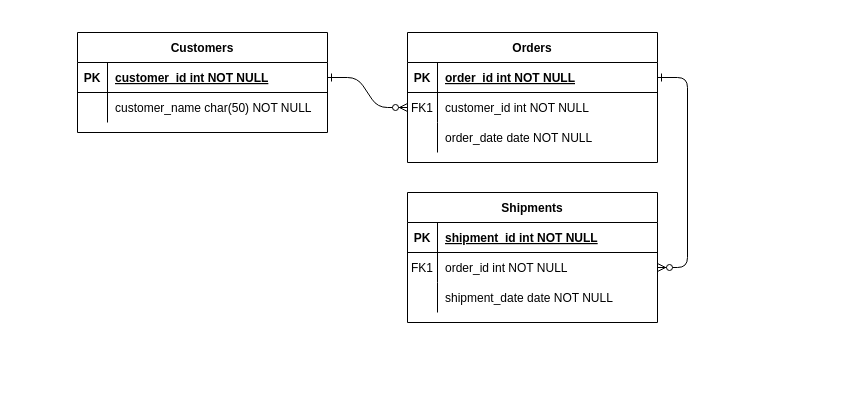
The draw.io diagram ERD Absence.drawio in Fade28/ERD, before the edit. Source tidied: cells renumbered, new cells numbered last; positions are measured from the earlier drawing's top-left corner, leaving out a move shared by most shapes. Both pictures are drawn from the tidied source at 100%, with x=0, y=0 at pixel (77, 32).
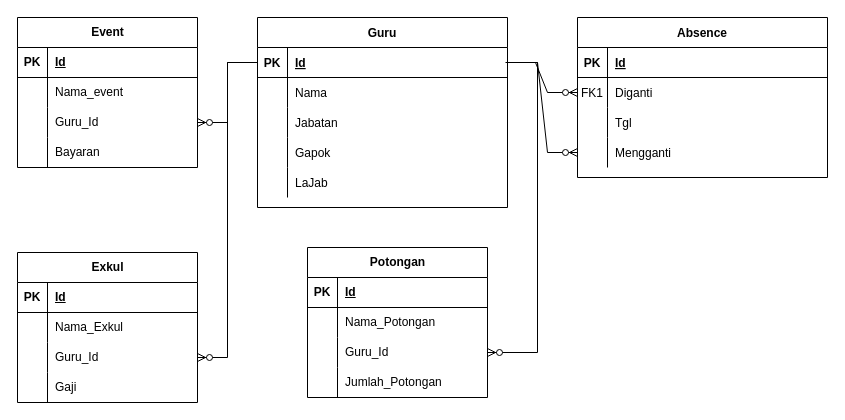
Above is the later version.

The change refers to these unchanged cells:
```xml
<mxCell id="5" style="shape=partialRectangle;fillColor=none;points=[[0,0.5],[1,0.5]];portConstraint=eastwest;top=0;left=0;right=0;bottom=1;" parent="4" vertex="1">
  <mxGeometry y="30" width="250" height="30" as="geometry" />
</mxCell>
<mxCell id="8" style="shape=partialRectangle;fillColor=none;points=[[0,0.5],[1,0.5]];portConstraint=eastwest;top=0;left=0;right=0;bottom=0;" parent="4" vertex="1">
  <mxGeometry y="60" width="250" height="30" as="geometry" />
</mxCell>
<mxCell id="11" style="shape=partialRectangle;fillColor=none;top=0;left=0;right=0;bottom=0;" parent="4" vertex="1">
  <mxGeometry y="90" width="250" height="30" as="geometry" />
</mxCell>
<mxCell id="25" style="shape=partialRectangle;fillColor=none;points=[[0,0.5],[1,0.5]];portConstraint=eastwest;top=0;left=0;right=0;bottom=1;" parent="24" vertex="1">
  <mxGeometry y="30" width="250" height="30" as="geometry" />
</mxCell>
<mxCell id="28" style="shape=partialRectangle;fillColor=none;top=0;left=0;right=0;bottom=0;" parent="24" vertex="1">
  <mxGeometry y="60" width="250" height="30" as="geometry" />
</mxCell>
```

Diff of the diagram source:
```diff
@@
-    <mxCell id="2" style="edgeStyle=entityRelationEdgeStyle;endArrow=ERzeroToMany;startArrow=ERone;endFill=1;startFill=0;" parent="1" edge="1" source="25" target="8">
-      <mxGeometry relative="1" as="geometry" />
-    </mxCell>
-    <mxCell id="3" style="edgeStyle=entityRelationEdgeStyle;endArrow=ERzeroToMany;startArrow=ERone;endFill=1;startFill=0;" parent="1" edge="1" source="5" target="18">
-      <mxGeometry relative="1" as="geometry" />
-    </mxCell>
-    <mxCell id="4" value="Orders" style="shape=table;startSize=30;childLayout=tableLayout;rowLines=0;fontStyle=1;align=center;" parent="1" vertex="1">
-      <mxGeometry x="330" width="250" height="130" as="geometry" />
+    <mxCell id="4" value="Absence" style="shape=table;startSize=30;childLayout=tableLayout;rowLines=0;fontStyle=1;align=center;" parent="1" vertex="1">
+      <mxGeometry x="500" y="-15" width="250" height="160" as="geometry" />
     </mxCell>
@@
-    <mxCell id="7" value="order_id int NOT NULL " style="shape=partialRectangle;overflow=hidden;fillColor=none;top=0;left=0;bottom=0;right=0;align=left;spacingLeft=6;fontStyle=5;" parent="5" vertex="1">
+    <mxCell id="7" value="Id" style="shape=partialRectangle;overflow=hidden;fillColor=none;top=0;left=0;bottom=0;right=0;align=left;spacingLeft=6;fontStyle=5;" parent="5" vertex="1">
       <mxGeometry x="30" width="220" height="30" as="geometry" />
     </mxCell>
@@
-    <mxCell id="10" value="customer_id int NOT NULL" style="shape=partialRectangle;overflow=hidden;fillColor=none;top=0;left=0;bottom=0;right=0;align=left;spacingLeft=6;" parent="8" vertex="1">
+    <mxCell id="10" value="Diganti" style="shape=partialRectangle;overflow=hidden;fillColor=none;top=0;left=0;bottom=0;right=0;align=left;spacingLeft=6;" parent="8" vertex="1">
       <mxGeometry x="30" width="220" height="30" as="geometry" />
     </mxCell>
@@
-    <mxCell id="13" value="order_date date NOT NULL" style="shape=partialRectangle;overflow=hidden;fillColor=none;top=0;left=0;bottom=0;right=0;align=left;spacingLeft=6;" parent="11" vertex="1">
+    <mxCell id="13" value="Tgl" style="shape=partialRectangle;overflow=hidden;fillColor=none;top=0;left=0;bottom=0;right=0;align=left;spacingLeft=6;" parent="11" vertex="1">
       <mxGeometry x="30" width="220" height="30" as="geometry" />
     </mxCell>
-    <mxCell id="14" value="Shipments" style="shape=table;startSize=30;childLayout=tableLayout;rowLines=0;fontStyle=1;align=center;" parent="1" vertex="1">
-      <mxGeometry x="330" y="160" width="250" height="130" as="geometry" />
-    </mxCell>
-    <mxCell id="15" style="shape=partialRectangle;fillColor=none;top=0;left=0;right=0;bottom=1;" parent="14" vertex="1">
-      <mxGeometry y="30" width="250" height="30" as="geometry" />
-    </mxCell>
-    <mxCell id="16" value="PK" style="shape=partialRectangle;overflow=hidden;fillColor=none;top=0;left=0;bottom=0;right=0;fontStyle=1;" parent="15" vertex="1">
-      <mxGeometry width="30" height="30" as="geometry" />
-    </mxCell>
-    <mxCell id="17" value="shipment_id int NOT NULL " style="shape=partialRectangle;overflow=hidden;fillColor=none;top=0;left=0;bottom=0;right=0;align=left;spacingLeft=6;fontStyle=5;" parent="15" vertex="1">
-      <mxGeometry x="30" width="220" height="30" as="geometry" />
-    </mxCell>
-    <mxCell id="18" style="shape=partialRectangle;fillColor=none;points=[[0,0.5],[1,0.5]];portConstraint=eastwest;top=0;left=0;right=0;bottom=0;" parent="14" vertex="1">
-      <mxGeometry y="60" width="250" height="30" as="geometry" />
-    </mxCell>
-    <mxCell id="19" value="FK1" style="shape=partialRectangle;overflow=hidden;fillColor=none;top=0;left=0;bottom=0;right=0;" parent="18" vertex="1">
-      <mxGeometry width="30" height="30" as="geometry" />
-    </mxCell>
-    <mxCell id="20" value="order_id int NOT NULL" style="shape=partialRectangle;overflow=hidden;fillColor=none;top=0;left=0;bottom=0;right=0;align=left;spacingLeft=6;" parent="18" vertex="1">
-      <mxGeometry x="30" width="220" height="30" as="geometry" />
-    </mxCell>
-    <mxCell id="21" style="shape=partialRectangle;fillColor=none;top=0;left=0;right=0;bottom=0;" parent="14" vertex="1">
-      <mxGeometry y="90" width="250" height="30" as="geometry" />
-    </mxCell>
-    <mxCell id="22" style="shape=partialRectangle;overflow=hidden;fillColor=none;top=0;left=0;bottom=0;right=0;" parent="21" vertex="1">
-      <mxGeometry width="30" height="30" as="geometry" />
-    </mxCell>
-    <mxCell id="23" value="shipment_date date NOT NULL" style="shape=partialRectangle;overflow=hidden;fillColor=none;top=0;left=0;bottom=0;right=0;align=left;spacingLeft=6;" parent="21" vertex="1">
-      <mxGeometry x="30" width="220" height="30" as="geometry" />
-    </mxCell>
+    <mxCell id="31" style="shape=tableRow;horizontal=0;startSize=0;swimlaneHead=0;swimlaneBody=0;fillColor=none;points=[[0,0.5],[1,0.5]];portConstraint=eastwest;top=0;left=0;right=0;bottom=0;" parent="4" vertex="1">
+      <mxGeometry y="120" width="250" height="30" as="geometry" />
+    </mxCell>
+    <mxCell id="32" style="shape=partialRectangle;fillColor=none;top=0;left=0;bottom=0;right=0;overflow=hidden;" parent="31" vertex="1">
+      <mxGeometry width="30" height="30" as="geometry" />
+    </mxCell>
+    <mxCell id="33" value="Mengganti" style="shape=partialRectangle;fillColor=none;top=0;left=0;bottom=0;right=0;align=left;spacingLeft=6;overflow=hidden;" parent="31" vertex="1">
+      <mxGeometry x="30" width="220" height="30" as="geometry" />
+    </mxCell>
-    <mxCell id="24" value="Customers" style="shape=table;startSize=30;childLayout=tableLayout;rowLines=0;fontStyle=1;align=center;" parent="1" vertex="1">
-      <mxGeometry width="250" height="100" as="geometry" />
+    <mxCell id="24" value="Guru" style="shape=table;startSize=30;childLayout=tableLayout;rowLines=0;fontStyle=1;align=center;" parent="1" vertex="1">
+      <mxGeometry x="180" y="-15" width="250" height="190" as="geometry" />
     </mxCell>
@@
-    <mxCell id="27" value="customer_id int NOT NULL " style="shape=partialRectangle;overflow=hidden;fillColor=none;top=0;left=0;bottom=0;right=0;align=left;spacingLeft=6;fontStyle=5;" parent="25" vertex="1">
+    <mxCell id="27" value="Id" style="shape=partialRectangle;overflow=hidden;fillColor=none;top=0;left=0;bottom=0;right=0;align=left;spacingLeft=6;fontStyle=5;" parent="25" vertex="1">
       <mxGeometry x="30" width="220" height="30" as="geometry" />
     </mxCell>
@@
-    <mxCell id="30" value="customer_name char(50) NOT NULL" style="shape=partialRectangle;overflow=hidden;fillColor=none;top=0;left=0;bottom=0;right=0;align=left;spacingLeft=6;" parent="28" vertex="1">
+    <mxCell id="30" value="Nama" style="shape=partialRectangle;overflow=hidden;fillColor=none;top=0;left=0;bottom=0;right=0;align=left;spacingLeft=6;" parent="28" vertex="1">
       <mxGeometry x="30" width="220" height="30" as="geometry" />
     </mxCell>
+    <mxCell id="34" style="shape=tableRow;horizontal=0;startSize=0;swimlaneHead=0;swimlaneBody=0;fillColor=none;top=0;left=0;right=0;bottom=0;" parent="24" vertex="1">
+      <mxGeometry y="90" width="250" height="30" as="geometry" />
+    </mxCell>
+    <mxCell id="35" style="shape=partialRectangle;fillColor=none;top=0;left=0;bottom=0;right=0;overflow=hidden;" parent="34" vertex="1">
+      <mxGeometry width="30" height="30" as="geometry" />
+    </mxCell>
+    <mxCell id="36" value="Jabatan" style="shape=partialRectangle;fillColor=none;top=0;left=0;bottom=0;right=0;align=left;spacingLeft=6;overflow=hidden;" parent="34" vertex="1">
+      <mxGeometry x="30" width="220" height="30" as="geometry" />
+    </mxCell>
+    <mxCell id="37" style="shape=tableRow;horizontal=0;startSize=0;swimlaneHead=0;swimlaneBody=0;fillColor=none;top=0;left=0;right=0;bottom=0;" parent="24" vertex="1">
+      <mxGeometry y="120" width="250" height="30" as="geometry" />
+    </mxCell>
+    <mxCell id="38" style="shape=partialRectangle;fillColor=none;top=0;left=0;bottom=0;right=0;overflow=hidden;" parent="37" vertex="1">
+      <mxGeometry width="30" height="30" as="geometry" />
+    </mxCell>
+    <mxCell id="39" value="Gapok" style="shape=partialRectangle;fillColor=none;top=0;left=0;bottom=0;right=0;align=left;spacingLeft=6;overflow=hidden;" parent="37" vertex="1">
+      <mxGeometry x="30" width="220" height="30" as="geometry" />
+    </mxCell>
+    <mxCell id="40" style="shape=tableRow;horizontal=0;startSize=0;swimlaneHead=0;swimlaneBody=0;fillColor=none;top=0;left=0;right=0;bottom=0;" parent="24" vertex="1">
+      <mxGeometry y="150" width="250" height="30" as="geometry" />
+    </mxCell>
+    <mxCell id="41" style="shape=partialRectangle;fillColor=none;top=0;left=0;bottom=0;right=0;overflow=hidden;" parent="40" vertex="1">
+      <mxGeometry width="30" height="30" as="geometry" />
+    </mxCell>
+    <mxCell id="42" value="LaJab" style="shape=partialRectangle;fillColor=none;top=0;left=0;bottom=0;right=0;align=left;spacingLeft=6;overflow=hidden;" parent="40" vertex="1">
+      <mxGeometry x="30" width="220" height="30" as="geometry" />
+    </mxCell>
+    <mxCell id="43" value="Event" style="shape=table;startSize=30;childLayout=tableLayout;rowLines=0;fontStyle=1;align=center;html=1;" parent="1" vertex="1">
+      <mxGeometry x="-60" y="-15" width="180" height="150" as="geometry" />
+    </mxCell>
+    <mxCell id="44" style="shape=tableRow;horizontal=0;startSize=0;swimlaneHead=0;swimlaneBody=0;fillColor=none;top=0;left=0;right=0;bottom=1;" parent="43" vertex="1">
+      <mxGeometry y="30" width="180" height="30" as="geometry" />
+    </mxCell>
+    <mxCell id="45" value="PK" style="shape=partialRectangle;fillColor=none;top=0;left=0;bottom=0;right=0;fontStyle=1;overflow=hidden;whiteSpace=wrap;html=1;" parent="44" vertex="1">
+      <mxGeometry width="30" height="30" as="geometry" />
+    </mxCell>
+    <mxCell id="46" value="Id" style="shape=partialRectangle;fillColor=none;top=0;left=0;bottom=0;right=0;align=left;spacingLeft=6;fontStyle=5;overflow=hidden;whiteSpace=wrap;html=1;" parent="44" vertex="1">
+      <mxGeometry x="30" width="150" height="30" as="geometry" />
+    </mxCell>
+    <mxCell id="47" style="shape=tableRow;horizontal=0;startSize=0;swimlaneHead=0;swimlaneBody=0;fillColor=none;top=0;left=0;right=0;bottom=0;" parent="43" vertex="1">
+      <mxGeometry y="60" width="180" height="30" as="geometry" />
+    </mxCell>
+    <mxCell id="48" style="shape=partialRectangle;fillColor=none;top=0;left=0;bottom=0;right=0;overflow=hidden;whiteSpace=wrap;html=1;" parent="47" vertex="1">
+      <mxGeometry width="30" height="30" as="geometry" />
+    </mxCell>
+    <mxCell id="49" value="Nama_event" style="shape=partialRectangle;fillColor=none;top=0;left=0;bottom=0;right=0;align=left;spacingLeft=6;overflow=hidden;whiteSpace=wrap;html=1;" parent="47" vertex="1">
+      <mxGeometry x="30" width="150" height="30" as="geometry" />
+    </mxCell>
+    <mxCell id="50" style="shape=tableRow;horizontal=0;startSize=0;swimlaneHead=0;swimlaneBody=0;fillColor=none;points=[[0,0.5],[1,0.5]];portConstraint=eastwest;top=0;left=0;right=0;bottom=0;" parent="43" vertex="1">
+      <mxGeometry y="90" width="180" height="30" as="geometry" />
+    </mxCell>
+    <mxCell id="51" style="shape=partialRectangle;fillColor=none;top=0;left=0;bottom=0;right=0;overflow=hidden;whiteSpace=wrap;html=1;" parent="50" vertex="1">
+      <mxGeometry width="30" height="30" as="geometry" />
+    </mxCell>
+    <mxCell id="52" value="Guru_Id" style="shape=partialRectangle;fillColor=none;top=0;left=0;bottom=0;right=0;align=left;spacingLeft=6;overflow=hidden;whiteSpace=wrap;html=1;" parent="50" vertex="1">
+      <mxGeometry x="30" width="150" height="30" as="geometry" />
+    </mxCell>
+    <mxCell id="53" style="shape=tableRow;horizontal=0;startSize=0;swimlaneHead=0;swimlaneBody=0;fillColor=none;top=0;left=0;right=0;bottom=0;" parent="43" vertex="1">
+      <mxGeometry y="120" width="180" height="30" as="geometry" />
+    </mxCell>
+    <mxCell id="54" style="shape=partialRectangle;fillColor=none;top=0;left=0;bottom=0;right=0;overflow=hidden;whiteSpace=wrap;html=1;" parent="53" vertex="1">
+      <mxGeometry width="30" height="30" as="geometry" />
+    </mxCell>
+    <mxCell id="55" value="Bayaran" style="shape=partialRectangle;fillColor=none;top=0;left=0;bottom=0;right=0;align=left;spacingLeft=6;overflow=hidden;whiteSpace=wrap;html=1;" parent="53" vertex="1">
+      <mxGeometry x="30" width="150" height="30" as="geometry" />
+    </mxCell>
+    <mxCell id="2" style="edgeStyle=entityRelationEdgeStyle;fontSize=12;html=1;endArrow=ERzeroToMany;endFill=1;rounded=0;exitX=0.992;exitY=0.5;exitDx=0;exitDy=0;exitPerimeter=0;entryX=0;entryY=0.5;entryDx=0;entryDy=0;" parent="1" edge="1" source="25" target="8">
+      <mxGeometry relative="1" as="geometry" />
+    </mxCell>
+    <mxCell id="56" style="edgeStyle=entityRelationEdgeStyle;fontSize=12;html=1;endArrow=ERzeroToMany;endFill=1;rounded=0;" parent="1" edge="1" source="25" target="31">
+      <mxGeometry relative="1" as="geometry" />
+    </mxCell>
+    <mxCell id="57" style="edgeStyle=entityRelationEdgeStyle;fontSize=12;html=1;endArrow=ERzeroToMany;endFill=1;rounded=0;" parent="1" edge="1" source="25" target="50">
+      <mxGeometry relative="1" as="geometry" />
+    </mxCell>
+    <mxCell id="58" value="Exkul" style="shape=table;startSize=30;childLayout=tableLayout;rowLines=0;fontStyle=1;align=center;html=1;" parent="1" vertex="1">
+      <mxGeometry x="-60" y="220" width="180" height="150" as="geometry" />
+    </mxCell>
+    <mxCell id="59" style="shape=tableRow;horizontal=0;startSize=0;swimlaneHead=0;swimlaneBody=0;fillColor=none;top=0;left=0;right=0;bottom=1;" parent="58" vertex="1">
+      <mxGeometry y="30" width="180" height="30" as="geometry" />
+    </mxCell>
+    <mxCell id="60" value="PK" style="shape=partialRectangle;fillColor=none;top=0;left=0;bottom=0;right=0;fontStyle=1;overflow=hidden;whiteSpace=wrap;html=1;" parent="59" vertex="1">
+      <mxGeometry width="30" height="30" as="geometry" />
+    </mxCell>
+    <mxCell id="61" value="Id" style="shape=partialRectangle;fillColor=none;top=0;left=0;bottom=0;right=0;align=left;spacingLeft=6;fontStyle=5;overflow=hidden;whiteSpace=wrap;html=1;" parent="59" vertex="1">
+      <mxGeometry x="30" width="150" height="30" as="geometry" />
+    </mxCell>
+    <mxCell id="62" style="shape=tableRow;horizontal=0;startSize=0;swimlaneHead=0;swimlaneBody=0;fillColor=none;top=0;left=0;right=0;bottom=0;" parent="58" vertex="1">
+      <mxGeometry y="60" width="180" height="30" as="geometry" />
+    </mxCell>
+    <mxCell id="63" style="shape=partialRectangle;fillColor=none;top=0;left=0;bottom=0;right=0;overflow=hidden;whiteSpace=wrap;html=1;" parent="62" vertex="1">
+      <mxGeometry width="30" height="30" as="geometry" />
+    </mxCell>
+    <mxCell id="64" value="Nama_Exkul" style="shape=partialRectangle;fillColor=none;top=0;left=0;bottom=0;right=0;align=left;spacingLeft=6;overflow=hidden;whiteSpace=wrap;html=1;" parent="62" vertex="1">
+      <mxGeometry x="30" width="150" height="30" as="geometry" />
+    </mxCell>
+    <mxCell id="65" style="shape=tableRow;horizontal=0;startSize=0;swimlaneHead=0;swimlaneBody=0;fillColor=none;points=[[0,0.5],[1,0.5]];portConstraint=eastwest;top=0;left=0;right=0;bottom=0;" parent="58" vertex="1">
+      <mxGeometry y="90" width="180" height="30" as="geometry" />
+    </mxCell>
+    <mxCell id="66" style="shape=partialRectangle;fillColor=none;top=0;left=0;bottom=0;right=0;overflow=hidden;whiteSpace=wrap;html=1;" parent="65" vertex="1">
+      <mxGeometry width="30" height="30" as="geometry" />
+    </mxCell>
+    <mxCell id="67" value="Guru_Id" style="shape=partialRectangle;fillColor=none;top=0;left=0;bottom=0;right=0;align=left;spacingLeft=6;overflow=hidden;whiteSpace=wrap;html=1;" parent="65" vertex="1">
+      <mxGeometry x="30" width="150" height="30" as="geometry" />
+    </mxCell>
+    <mxCell id="68" style="shape=tableRow;horizontal=0;startSize=0;swimlaneHead=0;swimlaneBody=0;fillColor=none;top=0;left=0;right=0;bottom=0;" parent="58" vertex="1">
+      <mxGeometry y="120" width="180" height="30" as="geometry" />
+    </mxCell>
+    <mxCell id="69" style="shape=partialRectangle;fillColor=none;top=0;left=0;bottom=0;right=0;overflow=hidden;whiteSpace=wrap;html=1;" parent="68" vertex="1">
+      <mxGeometry width="30" height="30" as="geometry" />
+    </mxCell>
+    <mxCell id="70" value="Gaji" style="shape=partialRectangle;fillColor=none;top=0;left=0;bottom=0;right=0;align=left;spacingLeft=6;overflow=hidden;whiteSpace=wrap;html=1;" parent="68" vertex="1">
+      <mxGeometry x="30" width="150" height="30" as="geometry" />
+    </mxCell>
+    <mxCell id="71" style="edgeStyle=entityRelationEdgeStyle;fontSize=12;html=1;endArrow=ERzeroToMany;endFill=1;rounded=0;" parent="1" edge="1" source="25" target="65">
+      <mxGeometry relative="1" as="geometry" />
+    </mxCell>
+    <mxCell id="72" value="Potongan" style="shape=table;startSize=30;childLayout=tableLayout;rowLines=0;fontStyle=1;align=center;html=1;" parent="1" vertex="1">
+      <mxGeometry x="230" y="215" width="180" height="150" as="geometry" />
+    </mxCell>
+    <mxCell id="73" style="shape=tableRow;horizontal=0;startSize=0;swimlaneHead=0;swimlaneBody=0;fillColor=none;top=0;left=0;right=0;bottom=1;" parent="72" vertex="1">
+      <mxGeometry y="30" width="180" height="30" as="geometry" />
+    </mxCell>
+    <mxCell id="74" value="PK" style="shape=partialRectangle;fillColor=none;top=0;left=0;bottom=0;right=0;fontStyle=1;overflow=hidden;whiteSpace=wrap;html=1;" parent="73" vertex="1">
+      <mxGeometry width="30" height="30" as="geometry" />
+    </mxCell>
+    <mxCell id="75" value="Id" style="shape=partialRectangle;fillColor=none;top=0;left=0;bottom=0;right=0;align=left;spacingLeft=6;fontStyle=5;overflow=hidden;whiteSpace=wrap;html=1;" parent="73" vertex="1">
+      <mxGeometry x="30" width="150" height="30" as="geometry" />
+    </mxCell>
+    <mxCell id="76" style="shape=tableRow;horizontal=0;startSize=0;swimlaneHead=0;swimlaneBody=0;fillColor=none;top=0;left=0;right=0;bottom=0;" parent="72" vertex="1">
+      <mxGeometry y="60" width="180" height="30" as="geometry" />
+    </mxCell>
+    <mxCell id="77" style="shape=partialRectangle;fillColor=none;top=0;left=0;bottom=0;right=0;overflow=hidden;whiteSpace=wrap;html=1;" parent="76" vertex="1">
+      <mxGeometry width="30" height="30" as="geometry" />
+    </mxCell>
+    <mxCell id="78" value="Nama_Potongan" style="shape=partialRectangle;fillColor=none;top=0;left=0;bottom=0;right=0;align=left;spacingLeft=6;overflow=hidden;whiteSpace=wrap;html=1;" parent="76" vertex="1">
+      <mxGeometry x="30" width="150" height="30" as="geometry" />
+    </mxCell>
+    <mxCell id="79" style="shape=tableRow;horizontal=0;startSize=0;swimlaneHead=0;swimlaneBody=0;fillColor=none;points=[[0,0.5],[1,0.5]];portConstraint=eastwest;top=0;left=0;right=0;bottom=0;" parent="72" vertex="1">
+      <mxGeometry y="90" width="180" height="30" as="geometry" />
+    </mxCell>
+    <mxCell id="80" style="shape=partialRectangle;fillColor=none;top=0;left=0;bottom=0;right=0;overflow=hidden;whiteSpace=wrap;html=1;" parent="79" vertex="1">
+      <mxGeometry width="30" height="30" as="geometry" />
+    </mxCell>
+    <mxCell id="81" value="Guru_Id" style="shape=partialRectangle;fillColor=none;top=0;left=0;bottom=0;right=0;align=left;spacingLeft=6;overflow=hidden;whiteSpace=wrap;html=1;" parent="79" vertex="1">
+      <mxGeometry x="30" width="150" height="30" as="geometry" />
+    </mxCell>
+    <mxCell id="82" style="shape=tableRow;horizontal=0;startSize=0;swimlaneHead=0;swimlaneBody=0;fillColor=none;top=0;left=0;right=0;bottom=0;" parent="72" vertex="1">
+      <mxGeometry y="120" width="180" height="30" as="geometry" />
+    </mxCell>
+    <mxCell id="83" style="shape=partialRectangle;fillColor=none;top=0;left=0;bottom=0;right=0;overflow=hidden;whiteSpace=wrap;html=1;" parent="82" vertex="1">
+      <mxGeometry width="30" height="30" as="geometry" />
+    </mxCell>
+    <mxCell id="84" value="Jumlah_Potongan" style="shape=partialRectangle;fillColor=none;top=0;left=0;bottom=0;right=0;align=left;spacingLeft=6;overflow=hidden;whiteSpace=wrap;html=1;" parent="82" vertex="1">
+      <mxGeometry x="30" width="150" height="30" as="geometry" />
+    </mxCell>
+    <mxCell id="85" style="edgeStyle=entityRelationEdgeStyle;fontSize=12;html=1;endArrow=ERzeroToMany;endFill=1;rounded=0;" parent="1" edge="1" source="25" target="79">
+      <mxGeometry relative="1" as="geometry" />
+    </mxCell>
```
